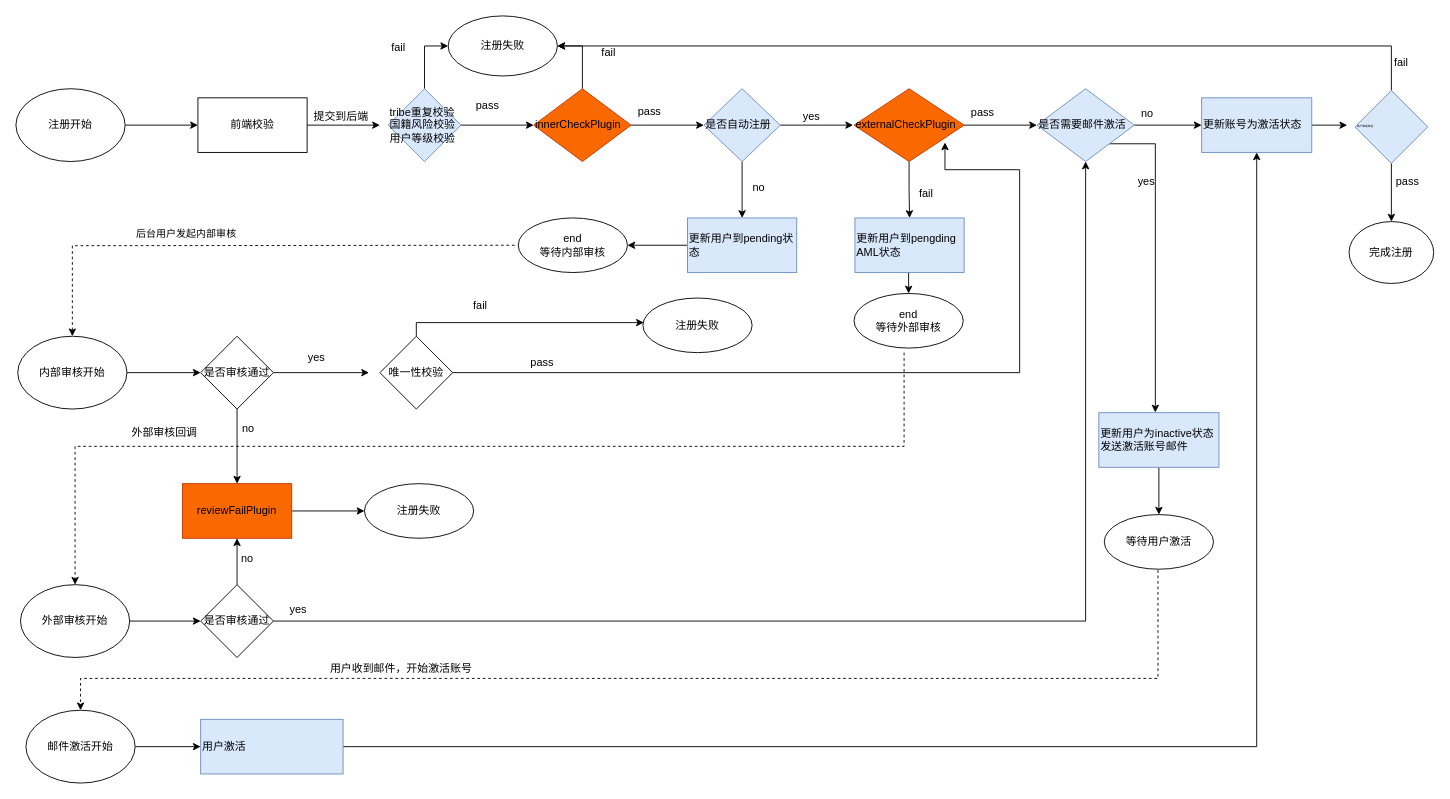
Earlier version of the draw.io diagram page "Page-12" (12 of 13) of Untitled Diagram.drawio (wang86924324/workstation). Source tidied: cells renumbered, new cells numbered last; positions are measured from the earlier drawing's top-left corner, leaving out a move shared by most shapes. Both pictures are drawn from the tidied source at 91%, with x=0, y=0 at pixel (15, 15).
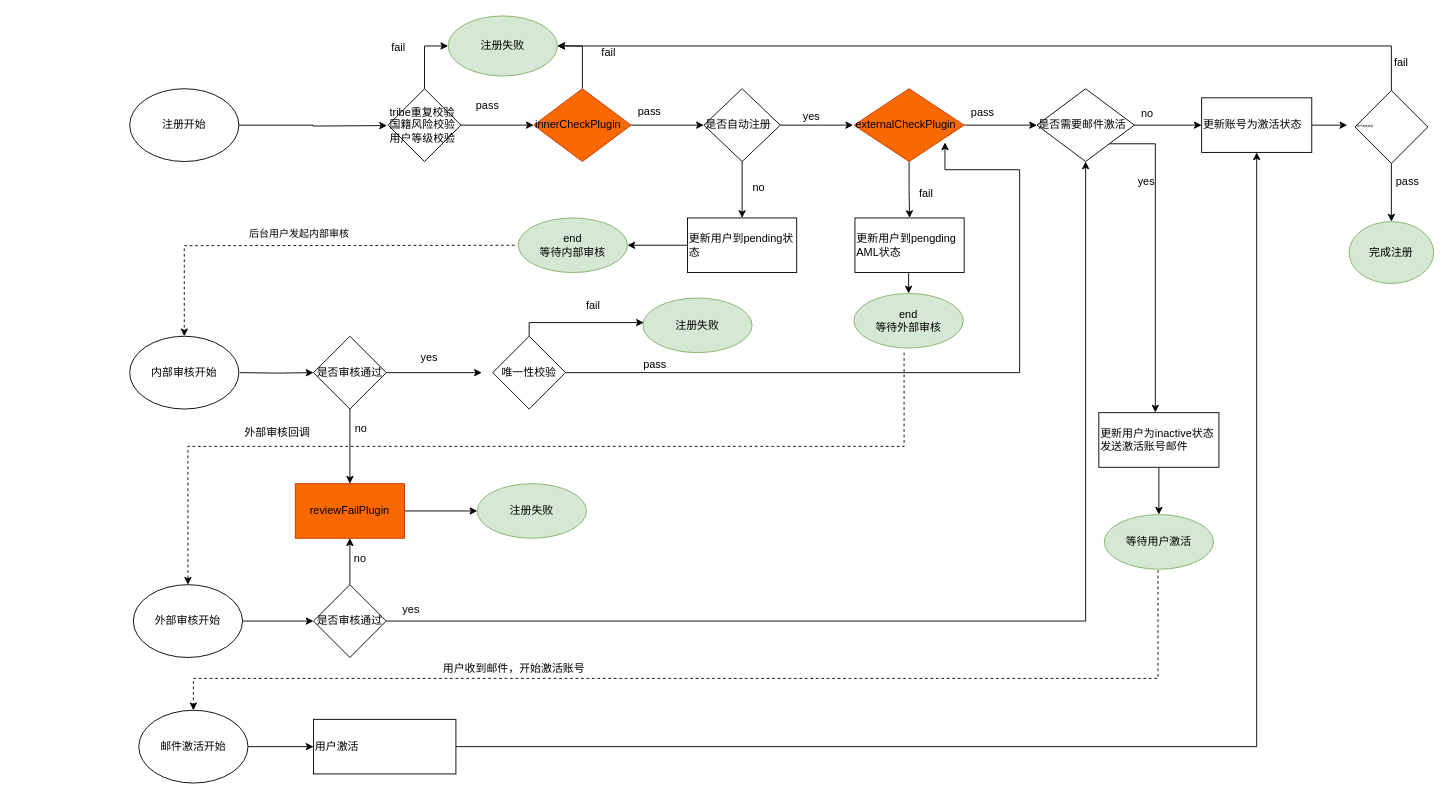
The same diagram, later.

What changed in the source:
```diff
@@
-    <mxCell id="2" style="edgeStyle=orthogonalEdgeStyle;rounded=0;jettySize=auto;html=1;" parent="1" edge="1" source="3" target="5">
-      <mxGeometry relative="1" as="geometry" />
-    </mxCell>
+    <mxCell id="83" style="edgeStyle=orthogonalEdgeStyle;rounded=0;jettySize=auto;html=1;exitX=1;exitY=0.5;exitDx=0;exitDy=0;" parent="1" edge="1" source="3">
+      <mxGeometry relative="1" as="geometry">
+        <mxPoint x="407.8" y="120.5" as="targetPoint" />
+      </mxGeometry>
+    </mxCell>
     <mxCell id="3" value="注册开始" style="ellipse;whiteSpace=wrap;html=1;" parent="1" vertex="1">
-      <mxGeometry y="80" width="120" height="80" as="geometry" />
+      <mxGeometry x="125" y="80" width="120" height="80" as="geometry" />
     </mxCell>
-    <mxCell id="4" style="edgeStyle=orthogonalEdgeStyle;rounded=0;jettySize=auto;html=1;" parent="1" edge="1" source="5">
-      <mxGeometry relative="1" as="geometry">
-        <mxPoint x="400" y="120" as="targetPoint" />
-      </mxGeometry>
-    </mxCell>
-    <mxCell id="5" value="前端校验" style="whiteSpace=wrap;html=1;" parent="1" vertex="1">
-      <mxGeometry x="200" y="90" width="120" height="60" as="geometry" />
-    </mxCell>
-    <mxCell id="6" value="提交到后端" style="text;html=1;align=center;verticalAlign=middle;strokeColor=none;" parent="1" vertex="1">
-      <mxGeometry x="322" y="102" width="70" height="18" as="geometry" />
-    </mxCell>
@@
-    <mxCell id="9" value="&lt;font style=&quot;font-size: 12px&quot;&gt;tribe重复校验&lt;br&gt;国籍风险校验&lt;br&gt;用户等级校验&lt;/font&gt;" style="rhombus;whiteSpace=wrap;html=1;rounded=0;fontSize=3;align=left;fillColor=#dae8fc;strokeColor=#6c8ebf;" parent="1" vertex="1">
+    <mxCell id="9" value="&lt;font style=&quot;font-size: 12px&quot;&gt;tribe重复校验&lt;br&gt;国籍风险校验&lt;br&gt;用户等级校验&lt;/font&gt;" style="rhombus;whiteSpace=wrap;html=1;rounded=0;fontSize=3;align=left;" parent="1" vertex="1">
       <mxGeometry x="409" y="80" width="80" height="80" as="geometry" />
     </mxCell>
@@
-    <mxCell id="14" value="注册失败" style="ellipse;whiteSpace=wrap;html=1;" parent="1" vertex="1">
+    <mxCell id="14" value="注册失败" style="ellipse;whiteSpace=wrap;html=1;fillColor=#d5e8d4;strokeColor=#82b366;" parent="1" vertex="1">
       <mxGeometry x="475" width="120" height="66" as="geometry" />
     </mxCell>
@@
-    <mxCell id="17" value="&lt;font style=&quot;font-size: 12px&quot;&gt;是否自动注册&lt;/font&gt;" style="rhombus;whiteSpace=wrap;html=1;rounded=0;fontSize=3;align=left;fillColor=#dae8fc;strokeColor=#6c8ebf;" parent="1" vertex="1">
+    <mxCell id="17" value="&lt;font style=&quot;font-size: 12px&quot;&gt;是否自动注册&lt;/font&gt;" style="rhombus;whiteSpace=wrap;html=1;rounded=0;fontSize=3;align=left;" parent="1" vertex="1">
       <mxGeometry x="756" y="80" width="84" height="80" as="geometry" />
     </mxCell>
@@
-    <mxCell id="25" value="&lt;font style=&quot;font-size: 12px&quot;&gt;是否需要邮件激活&lt;/font&gt;" style="rhombus;whiteSpace=wrap;html=1;rounded=0;fontSize=3;align=left;fillColor=#dae8fc;strokeColor=#6c8ebf;" parent="1" vertex="1">
+    <mxCell id="25" value="&lt;font style=&quot;font-size: 12px&quot;&gt;是否需要邮件激活&lt;/font&gt;" style="rhombus;whiteSpace=wrap;html=1;rounded=0;fontSize=3;align=left;" parent="1" vertex="1">
       <mxGeometry x="1122" y="80" width="107" height="80" as="geometry" />
     </mxCell>
@@
-    <mxCell id="28" value="&lt;font style=&quot;font-size: 12px&quot;&gt;更新账号为激活状态&lt;/font&gt;" style="whiteSpace=wrap;html=1;rounded=0;fontSize=3;align=left;strokeColor=#6c8ebf;fillColor=#dae8fc;" parent="1" vertex="1">
+    <mxCell id="28" value="&lt;font style=&quot;font-size: 12px&quot;&gt;更新账号为激活状态&lt;/font&gt;" style="whiteSpace=wrap;html=1;rounded=0;fontSize=3;align=left;" parent="1" vertex="1">
       <mxGeometry x="1303" y="90" width="121" height="60" as="geometry" />
     </mxCell>
@@
-    <mxCell id="32" value="&lt;font style=&quot;font-size: 12px&quot;&gt;更新用户为inactive状态&lt;br&gt;发送激活账号邮件&lt;/font&gt;" style="whiteSpace=wrap;html=1;rounded=0;fontSize=3;align=left;strokeColor=#6c8ebf;fillColor=#dae8fc;" parent="1" vertex="1">
+    <mxCell id="32" value="&lt;font style=&quot;font-size: 12px&quot;&gt;更新用户为inactive状态&lt;br&gt;发送激活账号邮件&lt;/font&gt;" style="whiteSpace=wrap;html=1;rounded=0;fontSize=3;align=left;" parent="1" vertex="1">
       <mxGeometry x="1190" y="436" width="132" height="60" as="geometry" />
     </mxCell>
@@
-    <mxCell id="34" value="&lt;font style=&quot;font-size: 12px&quot;&gt;用户激活&lt;/font&gt;" style="whiteSpace=wrap;html=1;rounded=0;fontSize=3;align=left;strokeColor=#6c8ebf;fillColor=#dae8fc;" parent="1" vertex="1">
-      <mxGeometry x="203" y="773" width="156.5" height="60" as="geometry" />
+    <mxCell id="34" value="&lt;font style=&quot;font-size: 12px&quot;&gt;用户激活&lt;/font&gt;" style="whiteSpace=wrap;html=1;rounded=0;fontSize=3;align=left;" parent="1" vertex="1">
+      <mxGeometry x="327" y="773" width="156.5" height="60" as="geometry" />
     </mxCell>
-    <mxCell id="35" style="edgeStyle=orthogonalEdgeStyle;rounded=0;jettySize=auto;html=1;dashed=1;" parent="1" edge="1" target="42">
+    <mxCell id="35" style="edgeStyle=orthogonalEdgeStyle;rounded=0;jettySize=auto;html=1;dashed=1;entryX=0.5;entryY=0;entryDx=0;entryDy=0;" parent="1" edge="1" target="42">
       <mxGeometry relative="1" as="geometry">
         <mxPoint x="976" y="370" as="sourcePoint" />
         <Array as="points">
           <mxPoint x="976" y="473" />
-          <mxPoint x="65" y="473" />
+          <mxPoint x="189" y="473" />
         </Array>
       </mxGeometry>
     </mxCell>
@@
-    <mxCell id="37" value="&lt;font style=&quot;font-size: 12px&quot;&gt;更新用户到pengding AML状态&lt;/font&gt;" style="whiteSpace=wrap;html=1;rounded=0;fontSize=3;align=left;strokeColor=#6c8ebf;fillColor=#dae8fc;" parent="1" vertex="1">
+    <mxCell id="37" value="&lt;font style=&quot;font-size: 12px&quot;&gt;更新用户到pengding AML状态&lt;/font&gt;" style="whiteSpace=wrap;html=1;rounded=0;fontSize=3;align=left;" parent="1" vertex="1">
       <mxGeometry x="922" y="222" width="120" height="60" as="geometry" />
     </mxCell>
@@
-    <mxCell id="40" value="&lt;font style=&quot;font-size: 12px&quot;&gt;更新用户到pending状态&lt;/font&gt;" style="whiteSpace=wrap;html=1;rounded=0;fontSize=3;align=left;strokeColor=#6c8ebf;fillColor=#dae8fc;" parent="1" vertex="1">
+    <mxCell id="40" value="&lt;font style=&quot;font-size: 12px&quot;&gt;更新用户到pending状态&lt;/font&gt;" style="whiteSpace=wrap;html=1;rounded=0;fontSize=3;align=left;" parent="1" vertex="1">
       <mxGeometry x="738" y="222" width="120" height="60" as="geometry" />
     </mxCell>
@@
     <mxCell id="42" value="外部审核开始" style="ellipse;whiteSpace=wrap;html=1;" parent="1" vertex="1">
-      <mxGeometry x="5" y="625" width="120" height="80" as="geometry" />
+      <mxGeometry x="129" y="625" width="120" height="80" as="geometry" />
     </mxCell>
@@
     <mxCell id="45" value="是否审核通过" style="rhombus;whiteSpace=wrap;html=1;" parent="1" vertex="1">
-      <mxGeometry x="203" y="625" width="80" height="80" as="geometry" />
+      <mxGeometry x="327" y="625" width="80" height="80" as="geometry" />
     </mxCell>
     <mxCell id="46" value="yes" style="text;html=1;align=center;verticalAlign=middle;strokeColor=none;" parent="1" vertex="1">
-      <mxGeometry x="295" y="644" width="29" height="18" as="geometry" />
+      <mxGeometry x="419" y="644" width="29" height="18" as="geometry" />
     </mxCell>
@@
     <mxCell id="48" value="&lt;span style=&quot;text-align: left&quot;&gt;reviewFailPlugin&lt;/span&gt;" style="whiteSpace=wrap;html=1;fillColor=#fa6800;strokeColor=#C73500;fontColor=#000000;" parent="1" vertex="1">
-      <mxGeometry x="183" y="514" width="120" height="60" as="geometry" />
+      <mxGeometry x="307" y="514" width="120" height="60" as="geometry" />
     </mxCell>
-    <mxCell id="49" style="edgeStyle=orthogonalEdgeStyle;rounded=0;jettySize=auto;html=1;" parent="1" edge="1" source="50" target="53">
-      <mxGeometry relative="1" as="geometry" />
+    <mxCell id="49" style="edgeStyle=orthogonalEdgeStyle;rounded=0;jettySize=auto;html=1;" parent="1" edge="1" target="53">
+      <mxGeometry relative="1" as="geometry">
+        <mxPoint x="246" y="392" as="sourcePoint" />
+      </mxGeometry>
     </mxCell>
     <mxCell id="50" value="内部审核开始" style="ellipse;whiteSpace=wrap;html=1;" parent="1" vertex="1">
-      <mxGeometry x="2" y="352" width="120" height="80" as="geometry" />
+      <mxGeometry x="125" y="352" width="120" height="80" as="geometry" />
     </mxCell>
@@
     <mxCell id="52" style="edgeStyle=orthogonalEdgeStyle;rounded=0;jettySize=auto;html=1;" parent="1" edge="1" source="53">
       <mxGeometry relative="1" as="geometry">
-        <mxPoint x="388" y="392" as="targetPoint" />
+        <mxPoint x="512" y="392" as="targetPoint" />
       </mxGeometry>
     </mxCell>
     <mxCell id="53" value="&lt;span&gt;是否审核通过&lt;/span&gt;" style="rhombus;whiteSpace=wrap;html=1;" parent="1" vertex="1">
-      <mxGeometry x="203" y="352" width="80" height="80" as="geometry" />
+      <mxGeometry x="327" y="352" width="80" height="80" as="geometry" />
     </mxCell>
     <mxCell id="54" value="no" style="text;html=1;align=center;verticalAlign=middle;strokeColor=none;" parent="1" vertex="1">
-      <mxGeometry x="242" y="588" width="23" height="18" as="geometry" />
+      <mxGeometry x="366" y="588" width="23" height="18" as="geometry" />
     </mxCell>
     <mxCell id="55" value="no" style="text;html=1;align=center;verticalAlign=middle;strokeColor=none;" parent="1" vertex="1">
-      <mxGeometry x="243" y="445" width="23" height="18" as="geometry" />
+      <mxGeometry x="367" y="445" width="23" height="18" as="geometry" />
     </mxCell>
@@
     <mxCell id="57" style="edgeStyle=orthogonalEdgeStyle;rounded=0;jettySize=auto;html=1;exitX=0.5;exitY=0;exitDx=0;exitDy=0;" parent="1" edge="1" source="58">
       <mxGeometry relative="1" as="geometry">
         <mxPoint x="690" y="337" as="targetPoint" />
         <Array as="points">
-          <mxPoint x="440" y="337" />
+          <mxPoint x="564" y="337" />
         </Array>
       </mxGeometry>
     </mxCell>
     <mxCell id="58" value="唯一性校验" style="rhombus;whiteSpace=wrap;html=1;" parent="1" vertex="1">
-      <mxGeometry x="400" y="352" width="80" height="80" as="geometry" />
+      <mxGeometry x="524" y="352" width="80" height="80" as="geometry" />
     </mxCell>
     <mxCell id="59" value="yes" style="text;html=1;align=center;verticalAlign=middle;strokeColor=none;" parent="1" vertex="1">
-      <mxGeometry x="315" y="367" width="29" height="18" as="geometry" />
+      <mxGeometry x="439" y="367" width="29" height="18" as="geometry" />
     </mxCell>
     <mxCell id="60" value="pass" style="text;html=1;align=center;verticalAlign=middle;strokeColor=none;" parent="1" vertex="1">
-      <mxGeometry x="560" y="372" width="35" height="18" as="geometry" />
+      <mxGeometry x="684" y="374" width="35" height="18" as="geometry" />
     </mxCell>
@@
     <mxCell id="62" value="邮件激活开始" style="ellipse;whiteSpace=wrap;html=1;" parent="1" vertex="1">
-      <mxGeometry x="11" y="763" width="120" height="80" as="geometry" />
+      <mxGeometry x="135" y="763" width="120" height="80" as="geometry" />
     </mxCell>
@@
-    <mxCell id="64" value="注册失败" style="ellipse;whiteSpace=wrap;html=1;" parent="1" vertex="1">
-      <mxGeometry x="383" y="514" width="120" height="60" as="geometry" />
+    <mxCell id="64" value="注册失败" style="ellipse;whiteSpace=wrap;html=1;fillColor=#d5e8d4;strokeColor=#82b366;" parent="1" vertex="1">
+      <mxGeometry x="507" y="514" width="120" height="60" as="geometry" />
     </mxCell>
@@
     <mxCell id="69" value="外部审核回调" style="text;html=1;align=center;verticalAlign=middle;strokeColor=none;" parent="1" vertex="1">
-      <mxGeometry x="122" y="449" width="82" height="18" as="geometry" />
+      <mxGeometry x="246" y="449" width="82" height="18" as="geometry" />
     </mxCell>
     <mxCell id="70" value="用户收到邮件，开始激活账号" style="text;html=1;align=center;verticalAlign=middle;strokeColor=none;" parent="1" vertex="1">
-      <mxGeometry x="340" y="708" width="166" height="18" as="geometry" />
+      <mxGeometry x="464" y="708" width="166" height="18" as="geometry" />
     </mxCell>
-    <mxCell id="71" value="注册失败" style="ellipse;whiteSpace=wrap;html=1;" parent="1" vertex="1">
+    <mxCell id="71" value="注册失败" style="ellipse;whiteSpace=wrap;html=1;fillColor=#d5e8d4;strokeColor=#82b366;" parent="1" vertex="1">
       <mxGeometry x="689" y="310" width="120" height="60" as="geometry" />
     </mxCell>
-    <mxCell id="72" value="等待用户激活" style="ellipse;whiteSpace=wrap;html=1;" parent="1" vertex="1">
+    <mxCell id="72" value="等待用户激活" style="ellipse;whiteSpace=wrap;html=1;fillColor=#d5e8d4;strokeColor=#82b366;" parent="1" vertex="1">
       <mxGeometry x="1196" y="548" width="120" height="60" as="geometry" />
     </mxCell>
     <mxCell id="73" value="fail" style="text;html=1;align=center;verticalAlign=middle;strokeColor=none;" parent="1" vertex="1">
-      <mxGeometry x="497" y="310" width="25" height="18" as="geometry" />
+      <mxGeometry x="621" y="310" width="25" height="18" as="geometry" />
     </mxCell>
     <mxCell id="74" value="&lt;span style=&quot;font-size: 11px&quot;&gt;后台用户发起内部审核&lt;/span&gt;" style="text;html=1;align=center;verticalAlign=middle;strokeColor=none;" parent="1" vertex="1">
-      <mxGeometry x="122" y="230" width="130" height="18" as="geometry" />
+      <mxGeometry x="246" y="230" width="130" height="18" as="geometry" />
     </mxCell>
-    <mxCell id="75" value="end&lt;br&gt;等待内部审核" style="ellipse;whiteSpace=wrap;html=1;" parent="1" vertex="1">
+    <mxCell id="75" value="end&lt;br&gt;等待内部审核" style="ellipse;whiteSpace=wrap;html=1;fillColor=#d5e8d4;strokeColor=#82b366;" parent="1" vertex="1">
       <mxGeometry x="552" y="222" width="120" height="60" as="geometry" />
     </mxCell>
-    <mxCell id="76" value="end&lt;br&gt;等待外部审核" style="ellipse;whiteSpace=wrap;html=1;" parent="1" vertex="1">
+    <mxCell id="76" value="end&lt;br&gt;等待外部审核" style="ellipse;whiteSpace=wrap;html=1;fillColor=#d5e8d4;strokeColor=#82b366;" parent="1" vertex="1">
       <mxGeometry x="921" y="305" width="120" height="60" as="geometry" />
     </mxCell>
-    <mxCell id="77" value="完成注册" style="ellipse;whiteSpace=wrap;html=1;" parent="1" vertex="1">
+    <mxCell id="77" value="完成注册" style="ellipse;whiteSpace=wrap;html=1;fillColor=#d5e8d4;strokeColor=#82b366;" parent="1" vertex="1">
       <mxGeometry x="1465" y="226" width="93" height="68" as="geometry" />
     </mxCell>
@@
-    <mxCell id="80" value="用户等级校验" style="rhombus;whiteSpace=wrap;html=1;rounded=0;fontSize=3;align=left;fillColor=#dae8fc;strokeColor=#6c8ebf;" parent="1" vertex="1">
+    <mxCell id="80" value="用户等级校验" style="rhombus;whiteSpace=wrap;html=1;rounded=0;fontSize=3;align=left;" parent="1" vertex="1">
       <mxGeometry x="1471.5" y="82" width="80" height="80" as="geometry" />
     </mxCell>
```
